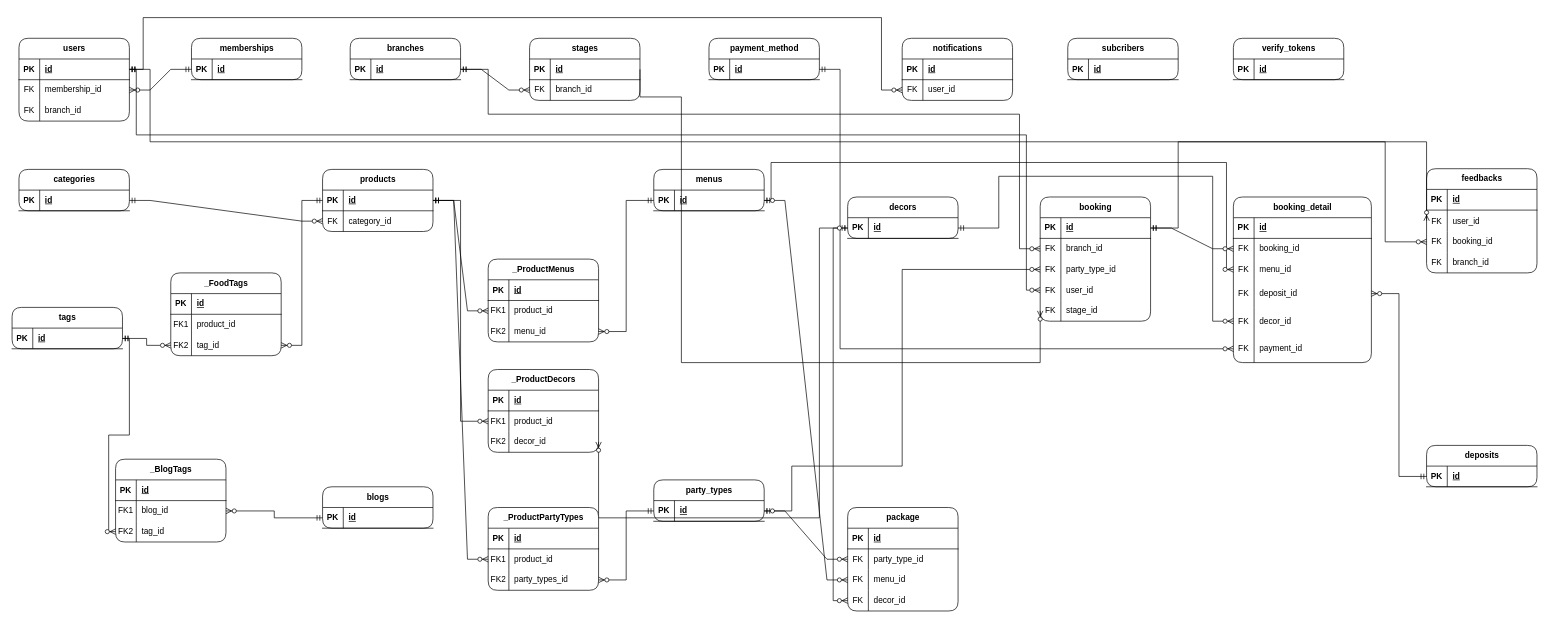
The draw.io diagram page "ERD-L1" (1 of 8) of Joie Palace.drawio in HongSon04/ERD-Joie-Palace, before the edit. Source tidied: cells renumbered, new cells numbered last; positions are measured from the earlier drawing's top-left corner, leaving out a move shared by most shapes. Both pictures are drawn from the tidied source at 69%, with x=0, y=0 at pixel (12, 17).
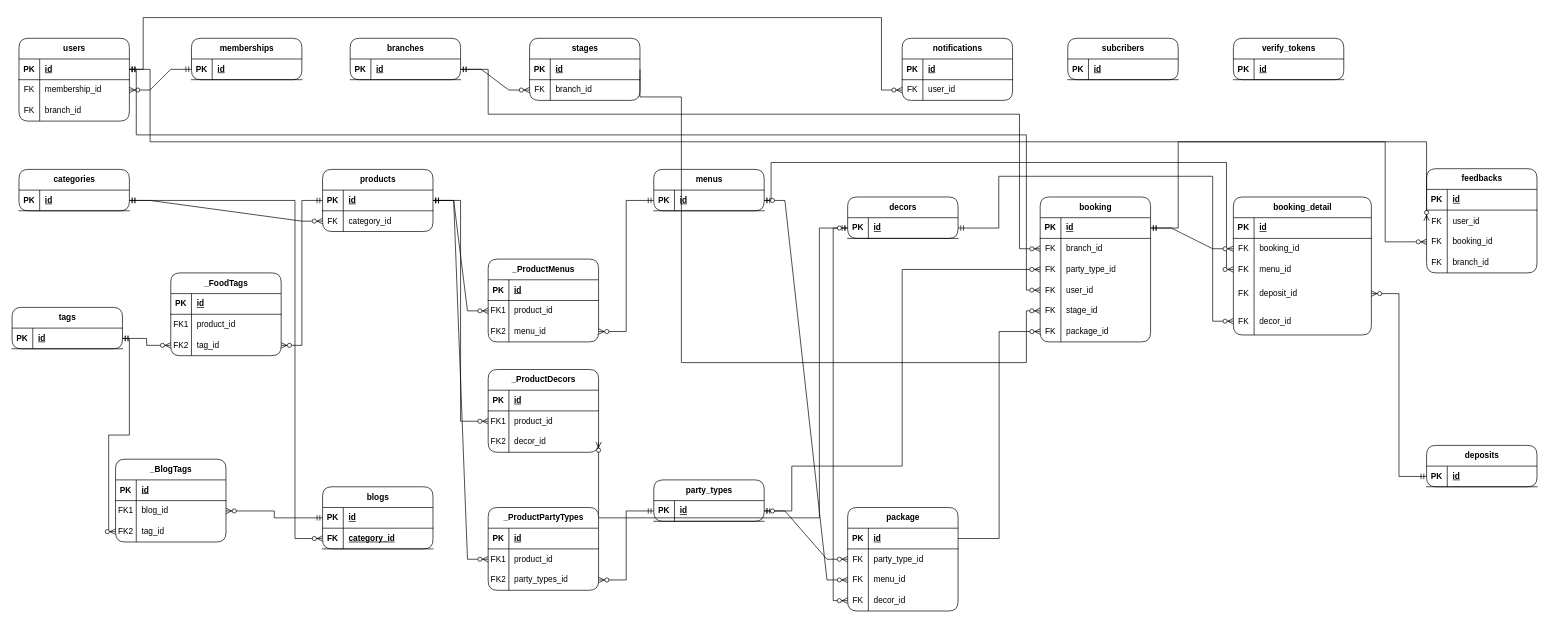
The same page after the edit.

The change refers to these unchanged cells:
```xml
<mxCell id="19" style="shape=tableRow;horizontal=0;startSize=0;swimlaneHead=0;swimlaneBody=0;fillColor=none;points=[[0,0.5],[1,0.5]];portConstraint=eastwest;top=0;left=0;right=0;bottom=1;" parent="18" vertex="1">
  <mxGeometry y="30" width="160" height="30" as="geometry" />
</mxCell>
<mxCell id="34" style="shape=tableRow;horizontal=0;startSize=0;swimlaneHead=0;swimlaneBody=0;fillColor=none;points=[[0,0.5],[1,0.5]];portConstraint=eastwest;top=0;left=0;right=0;bottom=1;" parent="33" vertex="1">
  <mxGeometry y="30" width="160" height="30" as="geometry" />
</mxCell>
<mxCell id="149" style="shape=tableRow;horizontal=0;startSize=0;swimlaneHead=0;swimlaneBody=0;fillColor=none;points=[[0,0.5],[1,0.5]];portConstraint=eastwest;top=0;left=0;right=0;bottom=0;" parent="136" vertex="1">
  <mxGeometry y="150" width="160" height="30" as="geometry" />
</mxCell>
<mxCell id="159" style="shape=tableRow;horizontal=0;startSize=0;swimlaneHead=0;swimlaneBody=0;fillColor=none;points=[[0,0.5],[1,0.5]];portConstraint=eastwest;top=0;left=0;right=0;bottom=1;" parent="158" vertex="1">
  <mxGeometry y="30" width="160" height="30" as="geometry" />
</mxCell>
```

What changed in the source:
```diff
@@
     <mxCell id="48" value="booking_detail" style="shape=table;startSize=30;childLayout=tableLayout;rowLines=0;fontStyle=1;align=center;html=1;rounded=1;" parent="1" vertex="1">
-      <mxGeometry x="1770" y="260" width="200" height="240" as="geometry" />
+      <mxGeometry x="1770" y="260" width="200" height="200" as="geometry" />
     </mxCell>
@@
-    <mxCell id="64" style="shape=tableRow;horizontal=0;startSize=0;swimlaneHead=0;swimlaneBody=0;fillColor=none;points=[[0,0.5],[1,0.5]];portConstraint=eastwest;top=0;left=0;right=0;bottom=0;" parent="48" vertex="1">
-      <mxGeometry y="200" width="200" height="40" as="geometry" />
-    </mxCell>
-    <mxCell id="65" value="FK" style="shape=partialRectangle;fillColor=none;top=0;left=0;bottom=0;right=0;overflow=hidden;whiteSpace=wrap;html=1;" parent="64" vertex="1">
-      <mxGeometry width="30" height="40" as="geometry" />
-    </mxCell>
-    <mxCell id="66" value="payment_id" style="shape=partialRectangle;fillColor=none;top=0;left=0;bottom=0;right=0;align=left;spacingLeft=6;overflow=hidden;whiteSpace=wrap;html=1;" parent="64" vertex="1">
-      <mxGeometry x="30" width="170" height="40" as="geometry" />
-    </mxCell>
-    <mxCell id="67" value="payment_method" style="shape=table;startSize=30;childLayout=tableLayout;rowLines=0;fontStyle=1;align=center;html=1;rounded=1;" parent="1" vertex="1">
-      <mxGeometry x="1010" y="30" width="160" height="60" as="geometry" />
-    </mxCell>
-    <mxCell id="68" style="shape=tableRow;horizontal=0;startSize=0;swimlaneHead=0;swimlaneBody=0;fillColor=none;points=[[0,0.5],[1,0.5]];portConstraint=eastwest;top=0;left=0;right=0;bottom=1;" parent="67" vertex="1">
-      <mxGeometry y="30" width="160" height="30" as="geometry" />
-    </mxCell>
-    <mxCell id="69" value="PK" style="shape=partialRectangle;fillColor=none;top=0;left=0;bottom=0;right=0;fontStyle=1;overflow=hidden;whiteSpace=wrap;html=1;" parent="68" vertex="1">
-      <mxGeometry width="30" height="30" as="geometry" />
-    </mxCell>
-    <mxCell id="70" value="id" style="shape=partialRectangle;fillColor=none;top=0;left=0;bottom=0;right=0;align=left;spacingLeft=6;fontStyle=5;overflow=hidden;whiteSpace=wrap;html=1;" parent="68" vertex="1">
-      <mxGeometry x="30" width="130" height="30" as="geometry" />
-    </mxCell>
@@
-    <mxCell id="135" style="edgeStyle=orthogonalEdgeStyle;fontSize=12;html=1;endArrow=ERzeroToMany;startArrow=ERmandOne;rounded=0;exitX=1;exitY=0.5;exitDx=0;exitDy=0;entryX=0;entryY=0.5;entryDx=0;entryDy=0;" parent="1" edge="1" source="68" target="64">
-      <mxGeometry relative="1" as="geometry">
-        <Array as="points">
-          <mxPoint x="1200" y="75" />
-          <mxPoint x="1200" y="480" />
-        </Array>
-      </mxGeometry>
-    </mxCell>
     <mxCell id="136" value="booking" style="shape=table;startSize=30;childLayout=tableLayout;rowLines=0;fontStyle=1;align=center;html=1;rounded=1;" parent="1" vertex="1">
-      <mxGeometry x="1490" y="260" width="160" height="180" as="geometry" />
+      <mxGeometry x="1490" y="260" width="160" height="210" as="geometry" />
     </mxCell>
@@
+    <mxCell id="222" style="shape=tableRow;horizontal=0;startSize=0;swimlaneHead=0;swimlaneBody=0;fillColor=none;points=[[0,0.5],[1,0.5]];portConstraint=eastwest;top=0;left=0;right=0;bottom=0;" parent="136" vertex="1">
+      <mxGeometry y="180" width="160" height="30" as="geometry" />
+    </mxCell>
+    <mxCell id="65" value="FK" style="shape=partialRectangle;fillColor=none;top=0;left=0;bottom=0;right=0;overflow=hidden;whiteSpace=wrap;html=1;" parent="222" vertex="1">
+      <mxGeometry width="30" height="30" as="geometry" />
+    </mxCell>
+    <mxCell id="223" value="package_id" style="shape=partialRectangle;fillColor=none;top=0;left=0;bottom=0;right=0;align=left;spacingLeft=6;overflow=hidden;whiteSpace=wrap;html=1;" parent="222" vertex="1">
+      <mxGeometry x="30" width="130" height="30" as="geometry" />
+    </mxCell>
@@
     <mxCell id="153" value="blogs" style="shape=table;startSize=30;childLayout=tableLayout;rowLines=0;fontStyle=1;align=center;html=1;rounded=1;" parent="1" vertex="1">
-      <mxGeometry x="450" y="680" width="160" height="60" as="geometry" />
+      <mxGeometry x="450" y="680" width="160" height="90" as="geometry" />
     </mxCell>
@@
+    <mxCell id="224" style="shape=tableRow;horizontal=0;startSize=0;swimlaneHead=0;swimlaneBody=0;fillColor=none;points=[[0,0.5],[1,0.5]];portConstraint=eastwest;top=0;left=0;right=0;bottom=1;" parent="153" vertex="1">
+      <mxGeometry y="60" width="160" height="30" as="geometry" />
+    </mxCell>
+    <mxCell id="225" value="FK" style="shape=partialRectangle;fillColor=none;top=0;left=0;bottom=0;right=0;fontStyle=1;overflow=hidden;whiteSpace=wrap;html=1;" parent="224" vertex="1">
+      <mxGeometry width="30" height="30" as="geometry" />
+    </mxCell>
+    <mxCell id="226" value="category_id" style="shape=partialRectangle;fillColor=none;top=0;left=0;bottom=0;right=0;align=left;spacingLeft=6;fontStyle=5;overflow=hidden;whiteSpace=wrap;html=1;" parent="224" vertex="1">
+      <mxGeometry x="30" width="130" height="30" as="geometry" />
+    </mxCell>
     <mxCell id="157" style="edgeStyle=orthogonalEdgeStyle;fontSize=12;html=1;endArrow=ERzeroToMany;endFill=1;rounded=0;exitX=1;exitY=0.5;exitDx=0;exitDy=0;entryX=0;entryY=0.5;entryDx=0;entryDy=0;" parent="1" edge="1" source="19" target="149">
       <mxGeometry relative="1" as="geometry">
         <Array as="points">
+          <mxPoint x="910" y="115" />
           <mxPoint x="970" y="115" />
           <mxPoint x="970" y="500" />
-          <mxPoint x="1490" y="500" />
+          <mxPoint x="1470" y="500" />
+          <mxPoint x="1470" y="425" />
         </Array>
       </mxGeometry>
     </mxCell>
@@
+    <mxCell id="227" style="edgeStyle=orthogonalEdgeStyle;fontSize=12;html=1;endArrow=ERzeroToMany;startArrow=ERmandOne;rounded=0;exitX=1;exitY=0.5;exitDx=0;exitDy=0;entryX=0;entryY=0.5;entryDx=0;entryDy=0;" parent="1" edge="1" source="34" target="224">
+      <mxGeometry relative="1" as="geometry">
+        <Array as="points">
+          <mxPoint x="410" y="265" />
+          <mxPoint x="410" y="755" />
+        </Array>
+      </mxGeometry>
+    </mxCell>
+    <mxCell id="228" style="edgeStyle=orthogonalEdgeStyle;fontSize=12;html=1;endArrow=ERzeroToMany;endFill=1;rounded=0;exitX=1;exitY=0.5;exitDx=0;exitDy=0;entryX=0;entryY=0.5;entryDx=0;entryDy=0;" parent="1" edge="1" source="159" target="222">
+      <mxGeometry relative="1" as="geometry" />
+    </mxCell>
```
